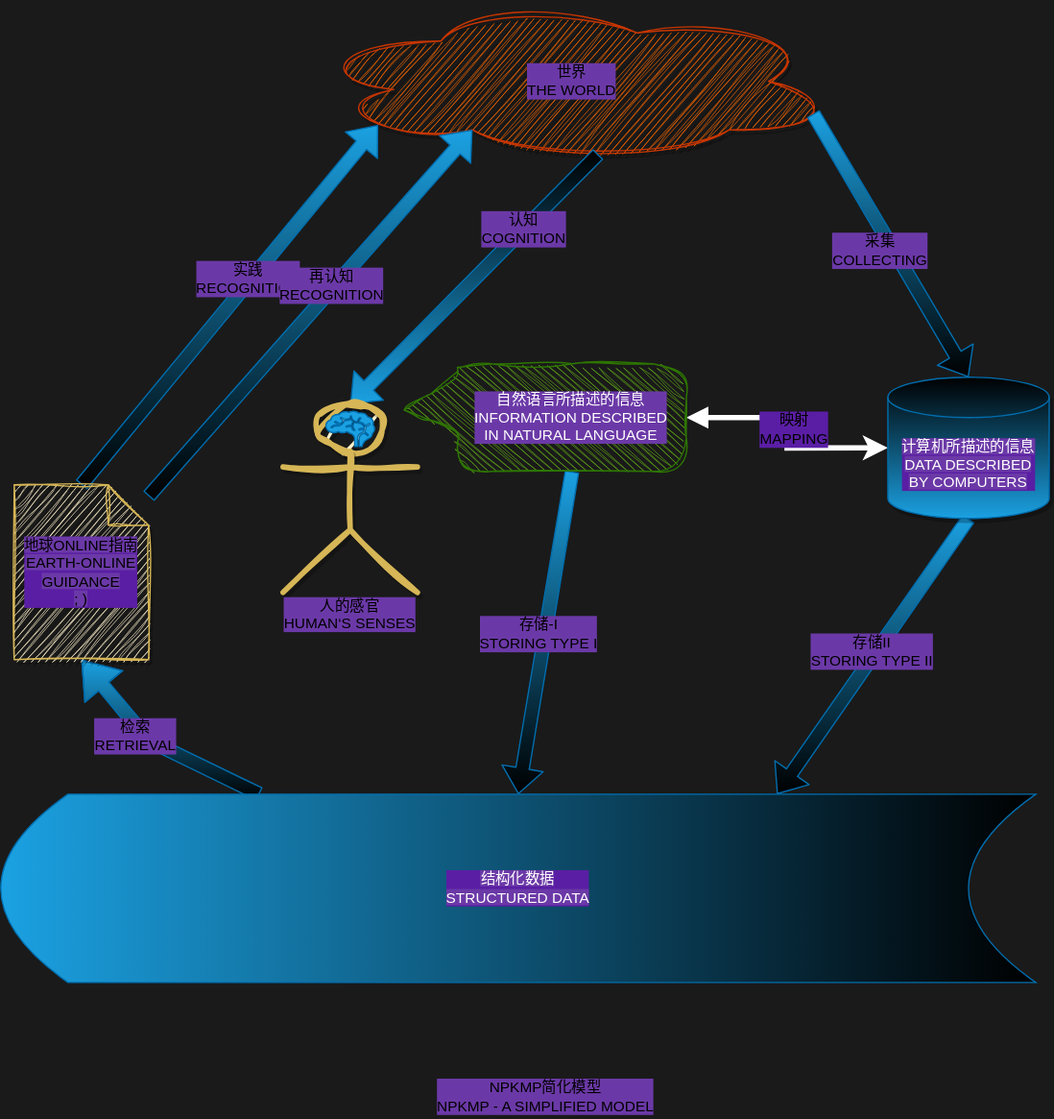
Earlier version of the draw.io export build/html/_images/npkmp-simp.drawio.svg (noisnemid/noisnemid.github.io). Source tidied: cells renumbered, new cells last; positions are measured from the earlier drawing's top-left corner, leaving out a move shared by most shapes.
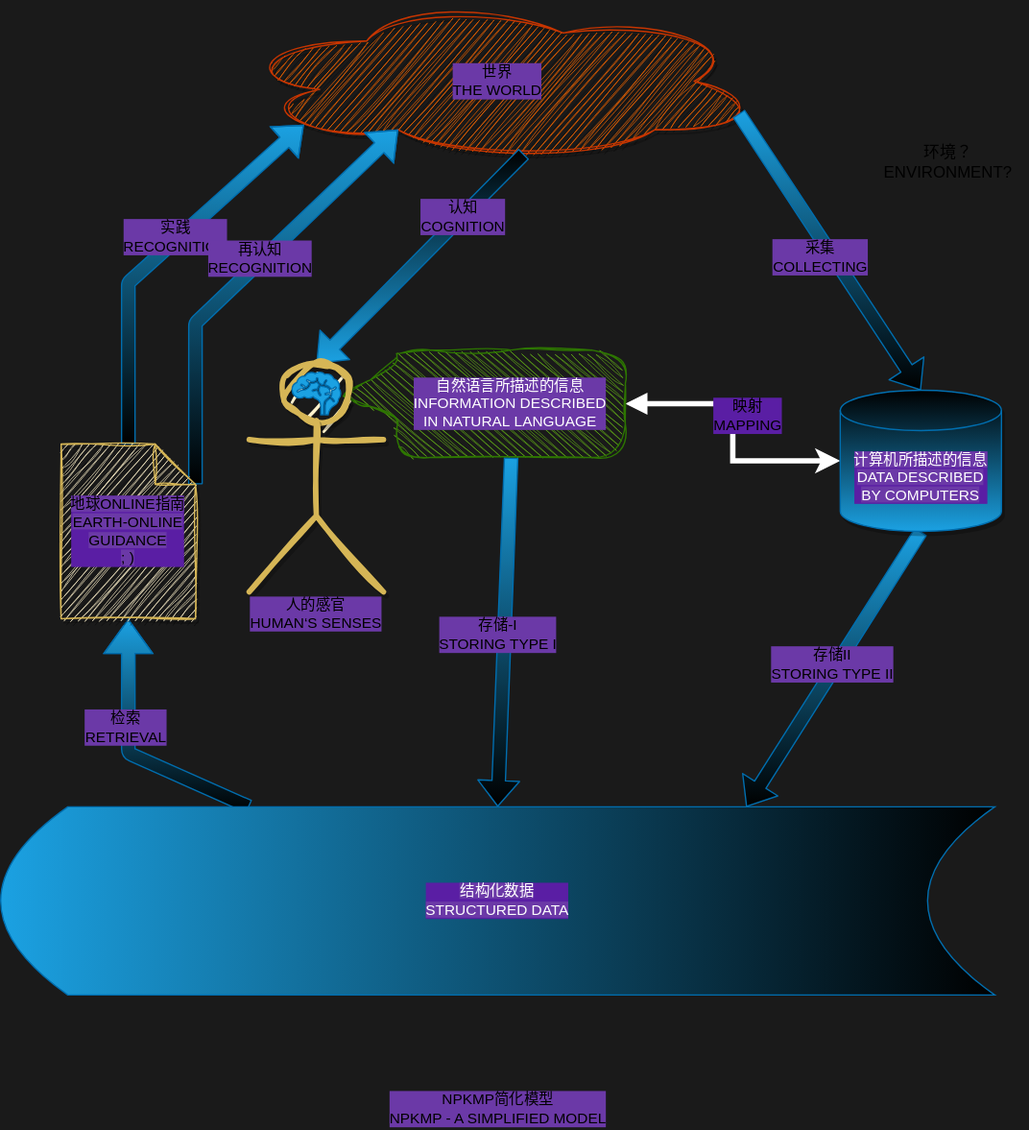
The same diagram one commit later.

The edit, as a diff of the source:
```diff
@@ -3,9 +3,9 @@
     <mxCell id="0" />
     <mxCell id="1" parent="0" />
     <mxCell id="2" value="世界&lt;br style=&quot;font-size: 11px;&quot;&gt;THE WORLD" style="ellipse;shape=cloud;html=1;labelBackgroundColor=#6b39a7;labelBorderColor=none;whiteSpace=wrap;sketch=1;curveFitting=1;jiggle=2;shadow=1;fillColor=#fa6800;strokeColor=#C73500;fontColor=#000000;fontSize=11;spacingTop=-1;spacing=0;" parent="1" vertex="1">
-      <mxGeometry x="230" width="390" height="120" as="geometry" />
+      <mxGeometry x="210" y="-10" width="390" height="120" as="geometry" />
     </mxCell>
-    <mxCell id="3" style="shape=flexArrow;endArrow=classic;html=1;labelBackgroundColor=#6b39a7;labelBorderColor=none;fillColor=#1ba1e2;strokeColor=#006EAF;shadow=0;rounded=1;gradientColor=default;entryX=0.5;entryY=0;entryDx=0;entryDy=0;fontSize=11;spacingTop=-1;spacing=0;exitX=0;exitY=0;exitDx=80;exitDy=85;exitPerimeter=0;" parent="1" edge="1" source="7" target="26">
+    <mxCell id="3" style="shape=flexArrow;endArrow=classic;html=1;labelBackgroundColor=#6b39a7;labelBorderColor=none;fillColor=#1ba1e2;strokeColor=#006EAF;shadow=0;rounded=1;gradientColor=default;fontSize=11;spacingTop=-1;spacing=0;exitX=0;exitY=0;exitDx=80;exitDy=85;exitPerimeter=0;entryX=0.5;entryY=0;entryDx=0;entryDy=0;" parent="1" edge="1" source="7" target="26">
       <mxGeometry relative="1" as="geometry" />
     </mxCell>
     <mxCell id="4" value="存储-I&lt;br style=&quot;font-size: 11px;&quot;&gt;STORING TYPE I" style="edgeLabel;html=1;align=center;verticalAlign=middle;labelBackgroundColor=#6b39a7;labelBorderColor=none;fontSize=11;spacingTop=-1;spacing=0;" parent="3" vertex="1">
@@ -20,12 +20,12 @@
       </mxGeometry>
     </mxCell>
     <mxCell id="7" value="&lt;font style=&quot;font-size: 11px;&quot;&gt;自然语言所描述的信息&lt;br style=&quot;font-size: 11px;&quot;&gt;INFORMATION DESCRIBED&lt;br style=&quot;font-size: 11px;&quot;&gt;IN NATURAL&amp;nbsp;LANGUAGE&lt;/font&gt;" style="shape=callout;html=1;perimeter=calloutPerimeter;position2=0.43;labelBackgroundColor=#6b39a7;labelBorderColor=none;whiteSpace=wrap;fontSize=11;spacingTop=0;spacing=0;rounded=1;arcSize=50;size=40;position=0.13;base=39;fillColor=#60a917;strokeColor=#2D7600;sketch=1;curveFitting=1;jiggle=2;fontColor=#ffffff;strokeWidth=1;gradientColor=none;rotation=0;direction=south;perimeterSpacing=0;spacingLeft=7;spacingRight=8;" parent="1" vertex="1">
-      <mxGeometry x="300" y="270" width="210" height="80" as="geometry" />
+      <mxGeometry x="290" y="250" width="210" height="80" as="geometry" />
     </mxCell>
     <mxCell id="8" style="shape=flexArrow;endArrow=classic;html=1;exitX=0.25;exitY=0;exitDx=0;exitDy=0;labelBackgroundColor=#6b39a7;labelBorderColor=none;fillColor=#1ba1e2;strokeColor=#006EAF;gradientColor=default;width=10;endSize=8.120000000000001;endWidth=25.333333333333336;fontSize=11;spacingTop=-1;spacing=0;entryX=0.5;entryY=1;entryDx=0;entryDy=0;entryPerimeter=0;" parent="1" edge="1" source="26" target="25">
       <mxGeometry relative="1" as="geometry">
         <Array as="points">
-          <mxPoint x="110" y="550" />
+          <mxPoint x="130" y="550" />
         </Array>
       </mxGeometry>
     </mxCell>
@@ -38,7 +38,11 @@
       <mxGeometry x="315" y="800" width="180" height="30" as="geometry" />
     </mxCell>
     <mxCell id="11" style="shape=flexArrow;endArrow=classic;html=1;entryX=0.13;entryY=0.77;entryDx=0;entryDy=0;entryPerimeter=0;labelBackgroundColor=#6b39a7;labelBorderColor=none;fillColor=#1ba1e2;strokeColor=#006EAF;gradientColor=default;fontSize=11;spacingTop=-1;spacing=0;exitX=0.5;exitY=0;exitDx=0;exitDy=0;exitPerimeter=0;" parent="1" edge="1" source="25" target="2">
-      <mxGeometry relative="1" as="geometry" />
+      <mxGeometry relative="1" as="geometry">
+        <Array as="points">
+          <mxPoint x="130" y="200" />
+        </Array>
+      </mxGeometry>
     </mxCell>
     <mxCell id="12" value="实践&lt;br style=&quot;font-size: 11px;&quot;&gt;RECOGNITION" style="edgeLabel;html=1;align=center;verticalAlign=middle;labelBackgroundColor=#6b39a7;labelBorderColor=none;fontSize=11;spacingTop=-1;spacing=0;" parent="11" vertex="1">
       <mxGeometry x="0.14" y="2" relative="1" as="geometry" />
@@ -57,20 +61,24 @@
         <mxPoint x="5" y="-4" as="offset" />
       </mxGeometry>
     </mxCell>
-    <mxCell id="17" style="shape=flexArrow;endArrow=classic;html=1;entryX=0.31;entryY=0.8;entryDx=0;entryDy=0;entryPerimeter=0;labelBackgroundColor=#6b39a7;labelBorderColor=none;fillColor=#1ba1e2;strokeColor=#006EAF;gradientColor=default;fontSize=11;spacingTop=-1;spacing=0;" parent="1" edge="1" source="25" target="2">
-      <mxGeometry relative="1" as="geometry" />
+    <mxCell id="17" style="shape=flexArrow;endArrow=classic;html=1;entryX=0.31;entryY=0.8;entryDx=0;entryDy=0;entryPerimeter=0;labelBackgroundColor=#6b39a7;labelBorderColor=none;fillColor=#1ba1e2;strokeColor=#006EAF;gradientColor=default;fontSize=11;spacingTop=-1;spacing=0;exitX=0;exitY=0;exitDx=100;exitDy=30;exitPerimeter=0;" parent="1" edge="1" source="25" target="2">
+      <mxGeometry relative="1" as="geometry">
+        <Array as="points">
+          <mxPoint x="180" y="230" />
+        </Array>
+      </mxGeometry>
     </mxCell>
     <mxCell id="18" value="再认知&lt;br style=&quot;font-size: 11px;&quot;&gt;RECOGNITION" style="edgeLabel;html=1;align=center;verticalAlign=middle;labelBackgroundColor=#6b39a7;labelBorderColor=none;fontSize=11;spacingTop=-1;spacing=0;" parent="17" vertex="1">
       <mxGeometry x="0.14" y="2" relative="1" as="geometry" />
     </mxCell>
     <mxCell id="19" style="group;fontSize=11;spacingTop=-1;spacing=0;" parent="1" vertex="1">
-      <mxGeometry x="210" y="300" width="100" height="140" as="geometry" />
+      <mxGeometry x="220" y="260" width="100" height="170" as="geometry" />
     </mxCell>
     <mxCell id="20" value="人的感官&lt;br style=&quot;font-size: 11px;&quot;&gt;HUMAN‘S SENSES" style="shape=umlActor;verticalLabelPosition=bottom;verticalAlign=top;html=1;outlineConnect=0;labelBackgroundColor=#6b39a7;labelBorderColor=none;whiteSpace=wrap;fillColor=#fff2cc;perimeterSpacing=0;shadow=1;strokeColor=#d6b656;sketch=1;curveFitting=1;jiggle=2;fillStyle=hachure;strokeWidth=4;fontSize=11;spacingTop=-1;spacing=0;" parent="19" vertex="1">
-      <mxGeometry width="100" height="140" as="geometry" />
+      <mxGeometry width="100" height="170" as="geometry" />
     </mxCell>
     <mxCell id="21" style="shape=mxgraph.signs.healthcare.brain;html=1;fillColor=#1ba1e2;strokeColor=#006EAF;verticalLabelPosition=bottom;verticalAlign=top;align=center;fontColor=#ffffff;labelBackgroundColor=#6b39a7;labelBorderColor=none;whiteSpace=wrap;shadow=0;fontSize=11;spacingTop=-1;spacing=0;" parent="19" vertex="1">
-      <mxGeometry x="31.9" y="5.3" width="36.2" height="26.1" as="geometry" />
+      <mxGeometry x="31.9" y="6.5" width="36.2" height="31.7" as="geometry" />
     </mxCell>
     <mxCell id="22" style="shape=flexArrow;endArrow=classic;html=1;labelBackgroundColor=#6b39a7;labelBorderColor=none;fillColor=#1ba1e2;strokeColor=#006EAF;gradientColor=default;entryX=0.5;entryY=0;entryDx=0;entryDy=0;fontSize=11;spacingTop=-1;spacing=0;entryPerimeter=0;exitX=0.96;exitY=0.7;exitDx=0;exitDy=0;exitPerimeter=0;" parent="1" edge="1" source="2" target="24">
       <mxGeometry relative="1" as="geometry" />
@@ -84,10 +92,13 @@
       <mxGeometry x="660" y="280" width="120" height="105" as="geometry" />
     </mxCell>
     <mxCell id="25" value="&lt;font style=&quot;font-size: 11px;&quot;&gt;&lt;span style=&quot;background-color: rgb(107, 57, 167); font-size: 11px;&quot;&gt;地球ONLINE指南&lt;/span&gt;&lt;br style=&quot;font-size: 11px;&quot;&gt;&lt;span style=&quot;background-color: rgb(107, 57, 167); font-size: 11px;&quot;&gt;EARTH-ONLINE&lt;/span&gt;&lt;br style=&quot;font-size: 11px;&quot;&gt;&lt;span style=&quot;background-color: rgb(107, 57, 167); font-size: 11px;&quot;&gt;GUIDANCE&lt;/span&gt;&lt;br style=&quot;font-size: 11px;&quot;&gt;&lt;span style=&quot;background-color: rgb(107, 57, 167); font-size: 11px;&quot;&gt;; )&lt;/span&gt;&lt;/font&gt;" style="shape=note;whiteSpace=wrap;html=1;backgroundOutline=1;darkOpacity=0.05;rounded=1;shadow=1;labelBackgroundColor=#5a1ea4;labelBorderColor=none;sketch=1;fillStyle=hachure;strokeColor=#d6b656;strokeWidth=1;fontSize=11;fillColor=#fff2cc;gradientDirection=north;curveFitting=1;jiggle=2;" parent="1" vertex="1">
-      <mxGeometry x="10" y="360" width="100" height="130" as="geometry" />
+      <mxGeometry x="80" y="320" width="100" height="130" as="geometry" />
     </mxCell>
     <mxCell id="26" value="&lt;span style=&quot;color: rgb(255, 255, 255); font-size: 11px; background-color: rgb(107, 57, 167);&quot;&gt;结构化数据&lt;/span&gt;&lt;br style=&quot;color: rgb(255, 255, 255); font-size: 11px;&quot;&gt;&lt;span style=&quot;color: rgb(255, 255, 255); font-size: 11px; background-color: rgb(107, 57, 167);&quot;&gt;STRUCTURED DATA&lt;/span&gt;" style="shape=dataStorage;whiteSpace=wrap;html=1;fixedSize=1;rounded=1;shadow=0;labelBackgroundColor=#5a1ea4;labelBorderColor=none;fillStyle=solid;strokeColor=#006EAF;strokeWidth=1;fontSize=11;fillColor=#1ba1e2;gradientDirection=east;size=49.999999999999545;fontColor=#ffffff;gradientColor=default;" parent="1" vertex="1">
-      <mxGeometry y="590" width="770" height="140" as="geometry" />
+      <mxGeometry x="35" y="590" width="740" height="140" as="geometry" />
     </mxCell>
+    <mxCell id="27" value="环境？&lt;br&gt;ENVIRONMENT?" style="text;html=1;align=center;verticalAlign=middle;strokeColor=none;fillColor=none;" parent="1" vertex="1">
+      <mxGeometry x="680" y="90" width="120" height="40" as="geometry" />
+    </mxCell>
   </root>
 </mxGraphModel>
```
